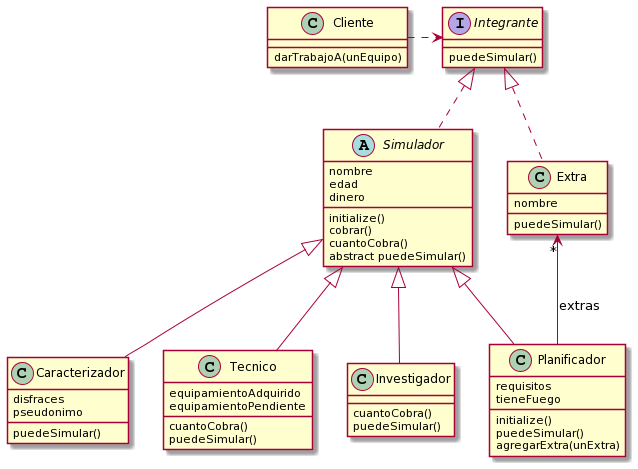
This is objetos/clase_06/diagrama.png from pdep-lunes/pdep-clases-2021, a PlantUML export, as it was before one commit.
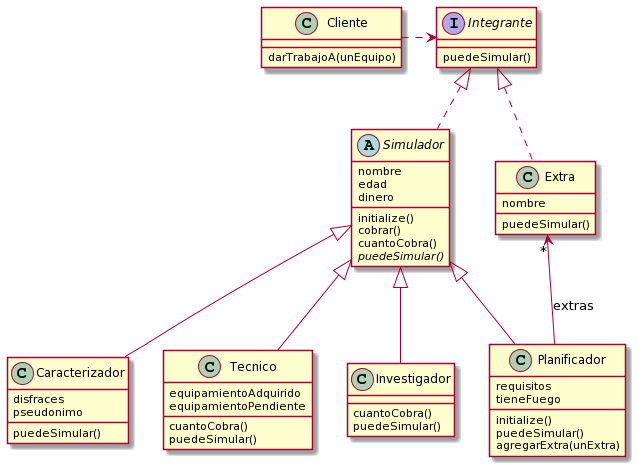
The same file after the commit.

Commit message:
Use proper plant uml abstract method notation

The edit, as a diff of the source:
```diff
@@ -7,7 +7,7 @@
   initialize()
   cobrar()
   cuantoCobra()
-  abstract puedeSimular()
+  {abstract} puedeSimular()
 }
 
 class Planificador extends Simulador {
```
